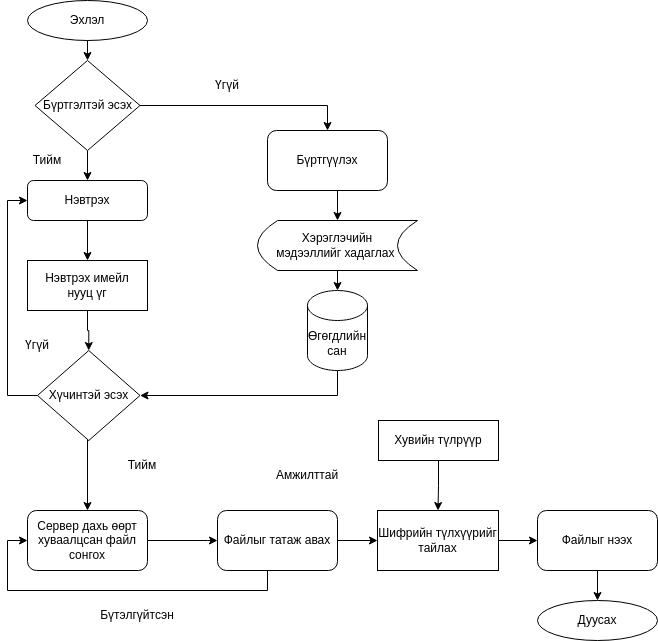
This is Figures/delegatee.drawio.png from myagmartseren/pre_report, a draw.io export, as it was before one commit. Source tidied: cells renumbered, new cells last; positions are measured from the earlier drawing's top-left corner, leaving out a move shared by most shapes.
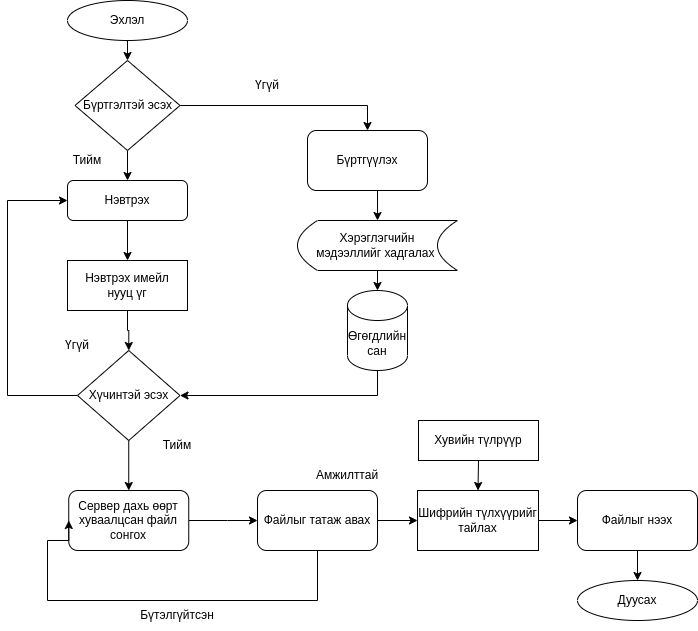
After the commit.

The edit, as a diff of the source:
```diff
@@ -33,14 +33,15 @@
       <mxGeometry x="20" y="260" width="120" height="50" as="geometry" />
     </mxCell>
     <mxCell id="12" style="edgeStyle=orthogonalEdgeStyle;rounded=0;jettySize=auto;html=1;exitX=0;exitY=0.5;exitDx=0;exitDy=0;entryX=0;entryY=0.5;entryDx=0;entryDy=0;" parent="1" edge="1" source="14" target="9">
-      <mxGeometry relative="1" as="geometry" />
+      <mxGeometry relative="1" as="geometry">
+        <Array as="points">
+          <mxPoint x="-40" y="395" />
+          <mxPoint x="-40" y="200" />
+        </Array>
+      </mxGeometry>
     </mxCell>
     <mxCell id="13" style="edgeStyle=orthogonalEdgeStyle;rounded=0;jettySize=auto;html=1;exitX=0.5;exitY=1;exitDx=0;exitDy=0;entryX=0.5;entryY=0;entryDx=0;entryDy=0;" parent="1" edge="1" source="14" target="16">
-      <mxGeometry relative="1" as="geometry">
-        <Array as="points">
-          <mxPoint x="80" y="420" />
-        </Array>
-      </mxGeometry>
+      <mxGeometry relative="1" as="geometry" />
     </mxCell>
     <mxCell id="14" value="Хүчинтэй эсэх" style="rhombus;whiteSpace=wrap;html=1;" parent="1" vertex="1">
       <mxGeometry x="30" y="350" width="102.5" height="90" as="geometry" />
@@ -48,19 +49,21 @@
     <mxCell id="15" style="edgeStyle=orthogonalEdgeStyle;rounded=0;jettySize=auto;html=1;exitX=1;exitY=0.5;exitDx=0;exitDy=0;entryX=0;entryY=0.5;entryDx=0;entryDy=0;" parent="1" edge="1" source="16" target="19">
       <mxGeometry relative="1" as="geometry">
         <Array as="points">
-          <mxPoint x="200" y="540" />
+          <mxPoint x="180" y="520" />
+          <mxPoint x="180" y="520" />
         </Array>
       </mxGeometry>
     </mxCell>
     <mxCell id="16" value="Сервер дахь өөрт хуваалцсан файл сонгох" style="rounded=1;whiteSpace=wrap;html=1;" parent="1" vertex="1">
-      <mxGeometry x="20" y="510" width="120" height="60" as="geometry" />
+      <mxGeometry x="21.2" y="490" width="120" height="60" as="geometry" />
     </mxCell>
     <mxCell id="17" style="edgeStyle=orthogonalEdgeStyle;rounded=0;jettySize=auto;html=1;exitX=0.5;exitY=1;exitDx=0;exitDy=0;entryX=0;entryY=0.5;entryDx=0;entryDy=0;" parent="1" edge="1" source="19" target="16">
       <mxGeometry relative="1" as="geometry">
         <Array as="points">
-          <mxPoint x="260" y="590" />
-          <mxPoint y="590" />
+          <mxPoint x="270" y="600" />
+          <mxPoint y="600" />
           <mxPoint y="540" />
+          <mxPoint x="21" y="540" />
         </Array>
       </mxGeometry>
     </mxCell>
@@ -68,19 +71,19 @@
       <mxGeometry relative="1" as="geometry" />
     </mxCell>
     <mxCell id="19" value="Файлыг татаж авах" style="rounded=1;whiteSpace=wrap;html=1;" parent="1" vertex="1">
-      <mxGeometry x="210" y="510" width="120" height="60" as="geometry" />
+      <mxGeometry x="210" y="490" width="120" height="60" as="geometry" />
     </mxCell>
     <mxCell id="20" style="edgeStyle=orthogonalEdgeStyle;rounded=0;jettySize=auto;html=1;exitX=1;exitY=0.5;exitDx=0;exitDy=0;entryX=0;entryY=0.5;entryDx=0;entryDy=0;" parent="1" edge="1" source="21" target="23">
       <mxGeometry relative="1" as="geometry" />
     </mxCell>
     <mxCell id="21" value="Шифрийн түлхүүрийг тайлах" style="rounded=0;whiteSpace=wrap;html=1;" parent="1" vertex="1">
-      <mxGeometry x="370" y="510" width="121" height="60" as="geometry" />
+      <mxGeometry x="370" y="490" width="121" height="60" as="geometry" />
     </mxCell>
     <mxCell id="22" style="edgeStyle=orthogonalEdgeStyle;rounded=0;jettySize=auto;html=1;" parent="1" edge="1" source="23" target="26">
       <mxGeometry relative="1" as="geometry" />
     </mxCell>
     <mxCell id="23" value="Файлыг нээх" style="rounded=1;whiteSpace=wrap;html=1;" parent="1" vertex="1">
-      <mxGeometry x="530" y="510" width="120" height="60" as="geometry" />
+      <mxGeometry x="530" y="490" width="120" height="60" as="geometry" />
     </mxCell>
     <mxCell id="24" style="edgeStyle=orthogonalEdgeStyle;rounded=0;jettySize=auto;html=1;exitX=0.5;exitY=1;exitDx=0;exitDy=0;entryX=0.5;entryY=0;entryDx=0;entryDy=0;" parent="1" edge="1" source="25" target="21">
       <mxGeometry relative="1" as="geometry" />
@@ -89,7 +92,7 @@
       <mxGeometry x="371" y="420" width="120" height="40" as="geometry" />
     </mxCell>
     <mxCell id="26" value="Дуусах" style="ellipse;whiteSpace=wrap;html=1;" parent="1" vertex="1">
-      <mxGeometry x="530" y="600" width="120" height="40" as="geometry" />
+      <mxGeometry x="530" y="580" width="120" height="40" as="geometry" />
     </mxCell>
     <mxCell id="27" style="endArrow=classic;html=1;rounded=0;exitX=0.5;exitY=1;exitDx=0;exitDy=0;entryX=0.5;entryY=0;entryDx=0;entryDy=0;" parent="1" edge="1" source="2" target="5">
       <mxGeometry relative="1" as="geometry" />
@@ -103,7 +106,7 @@
     <mxCell id="30" style="edgeStyle=orthogonalEdgeStyle;rounded=0;jettySize=auto;html=1;exitX=0.5;exitY=1;exitDx=0;exitDy=0;entryX=0.5;entryY=0;entryDx=0;entryDy=0;entryPerimeter=0;" parent="1" edge="1" source="31" target="29">
       <mxGeometry relative="1" as="geometry" />
     </mxCell>
-    <mxCell id="31" value="Хэрэглэчийн &lt;br&gt;мэдээллийг хадаглах&amp;nbsp;" style="shape=dataStorage;whiteSpace=wrap;html=1;fixedSize=1;" parent="1" vertex="1">
+    <mxCell id="31" value="&lt;div&gt;Хэрэглэгчийн&lt;/div&gt;&lt;div&gt;мэдээллийг хадгалах&amp;nbsp;&lt;/div&gt;" style="shape=dataStorage;whiteSpace=wrap;html=1;fixedSize=1;" parent="1" vertex="1">
       <mxGeometry x="250" y="220" width="160" height="50" as="geometry" />
     </mxCell>
     <mxCell id="32" value="Тийм" style="text;strokeColor=none;align=center;fillColor=none;html=1;verticalAlign=middle;whiteSpace=wrap;rounded=0;" parent="1" vertex="1">
@@ -116,7 +119,7 @@
       <mxGeometry x="190" y="70" width="60" height="30" as="geometry" />
     </mxCell>
     <mxCell id="35" value="Тийм" style="text;strokeColor=none;align=center;fillColor=none;html=1;verticalAlign=middle;whiteSpace=wrap;rounded=0;" parent="1" vertex="1">
-      <mxGeometry x="105" y="450" width="60" height="30" as="geometry" />
+      <mxGeometry x="100" y="430" width="60" height="30" as="geometry" />
     </mxCell>
     <mxCell id="36" value="Бүтэлгүйтсэн" style="text;strokeColor=none;align=center;fillColor=none;html=1;verticalAlign=middle;whiteSpace=wrap;rounded=0;" parent="1" vertex="1">
       <mxGeometry x="100" y="600" width="60" height="30" as="geometry" />
```
